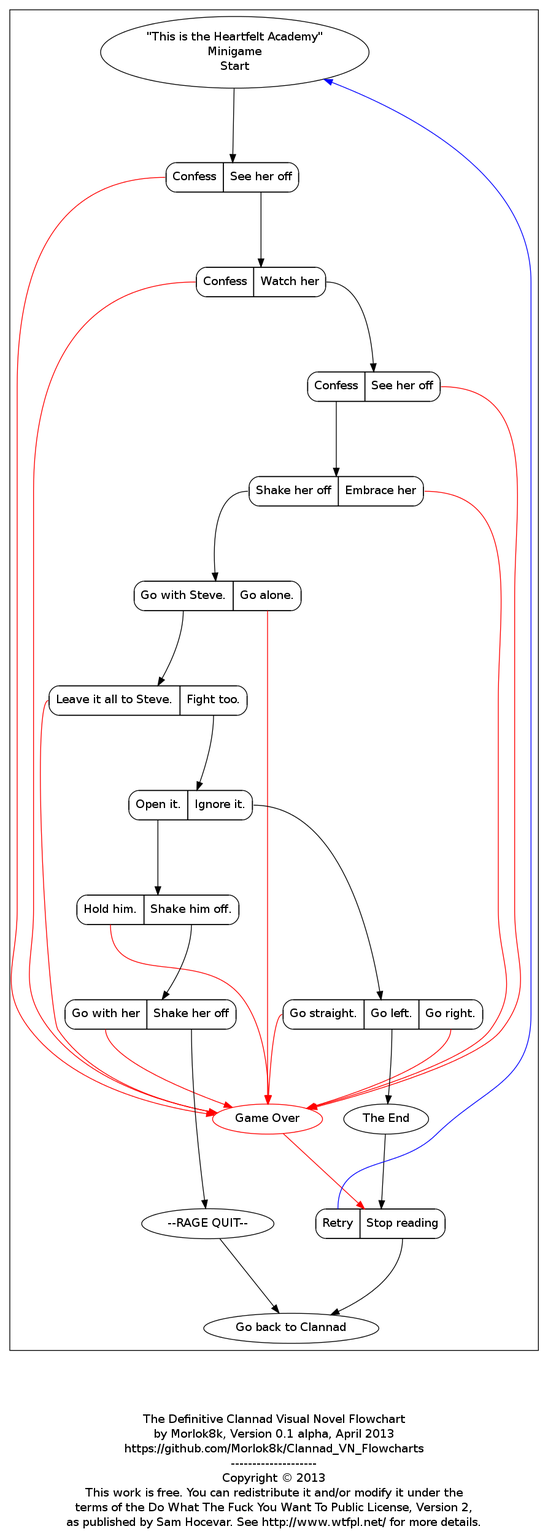
Before: Clannad_VN_Flowchart_Heartfelt_Academy.png, a diagram exported from Graphviz (Morlok8k/Clannad_VN_Flowcharts). Its source is kept beside it as dot_files/Clannad_VN_Flowchart_Heartfelt_Academy.dot.
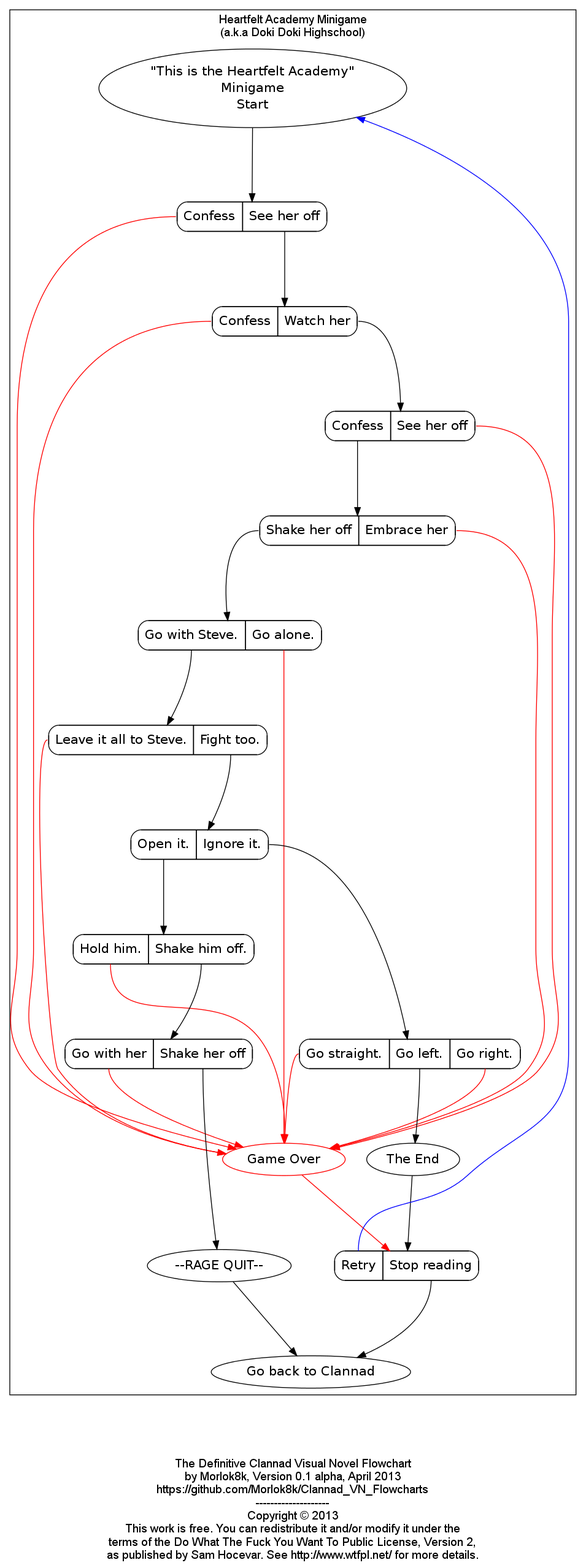
Later version of the same file.

Diff of the diagram source:
```diff
@@ -4,7 +4,15 @@
 
 
     graph [ label = "\n\n\n\nThe Definitive Clannad Visual Novel Flowchart\nby Morlok8k, Version 0.1 alpha, April 2013\nhttps://github.com/Morlok8k/Clannad_VN_Flowcharts\n--------------------\nCopyright © 2013\nThis work is free. You can redistribute it and/or modify it under the\nterms of the Do What The Fuck You Want To Public License, Version 2,\nas published by Sam Hocevar. See http://www.wtfpl.net/ for more details." ];
-   ranksep=1.25;
+    colorscheme=X11;
+    ranksep=1.25;
+    compound=true;
+    node [fontsize=16];
+    fontname="Arial";
+
+    concentrate=false;
+    splines=true;
+
 
 
 
```
